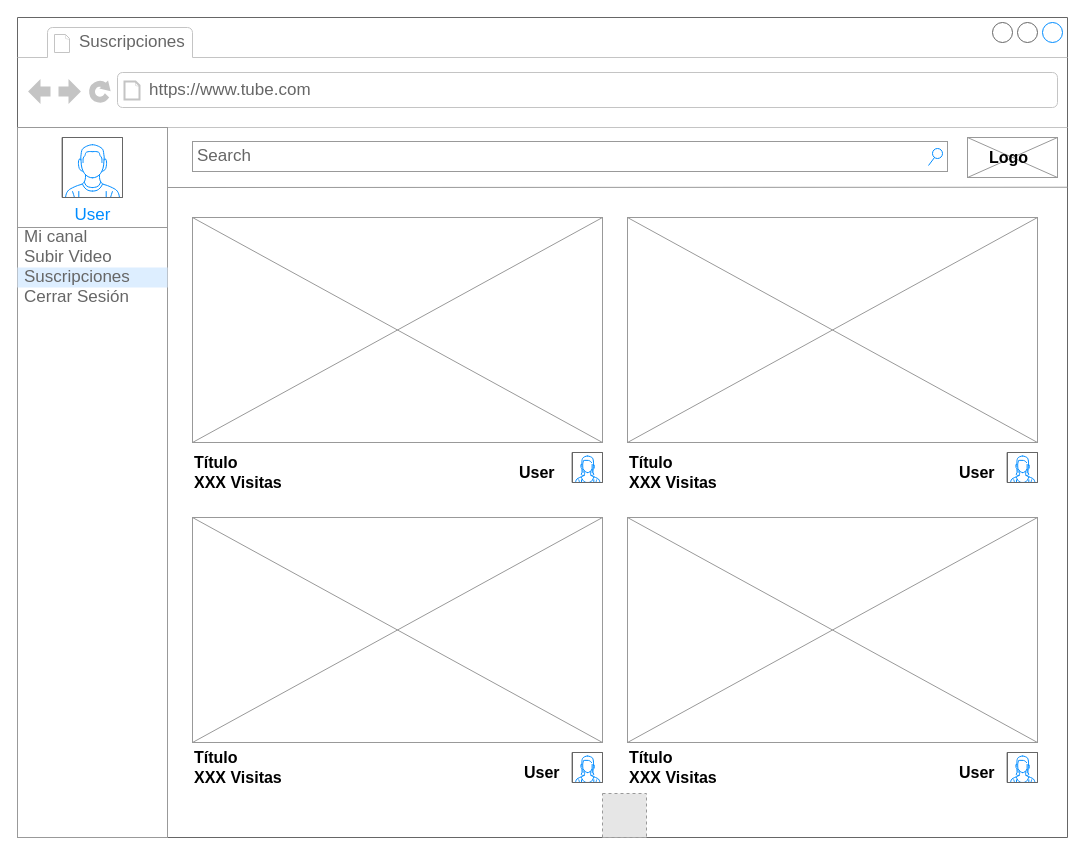
Above: Proyecto/Documentacion/Interfaces/Suscripciones.drawio in Victor-martinelli/TADEPD (draw.io), before the change. Source tidied: cells renumbered, new cells numbered last; positions are measured from the earlier drawing's top-left corner, leaving out a move shared by most shapes. Both pictures are drawn from the tidied source at 100%, with x=0, y=0 at pixel (17, 17). Pictures stored in the file or linked from it are replaced by grey dashed boxes.
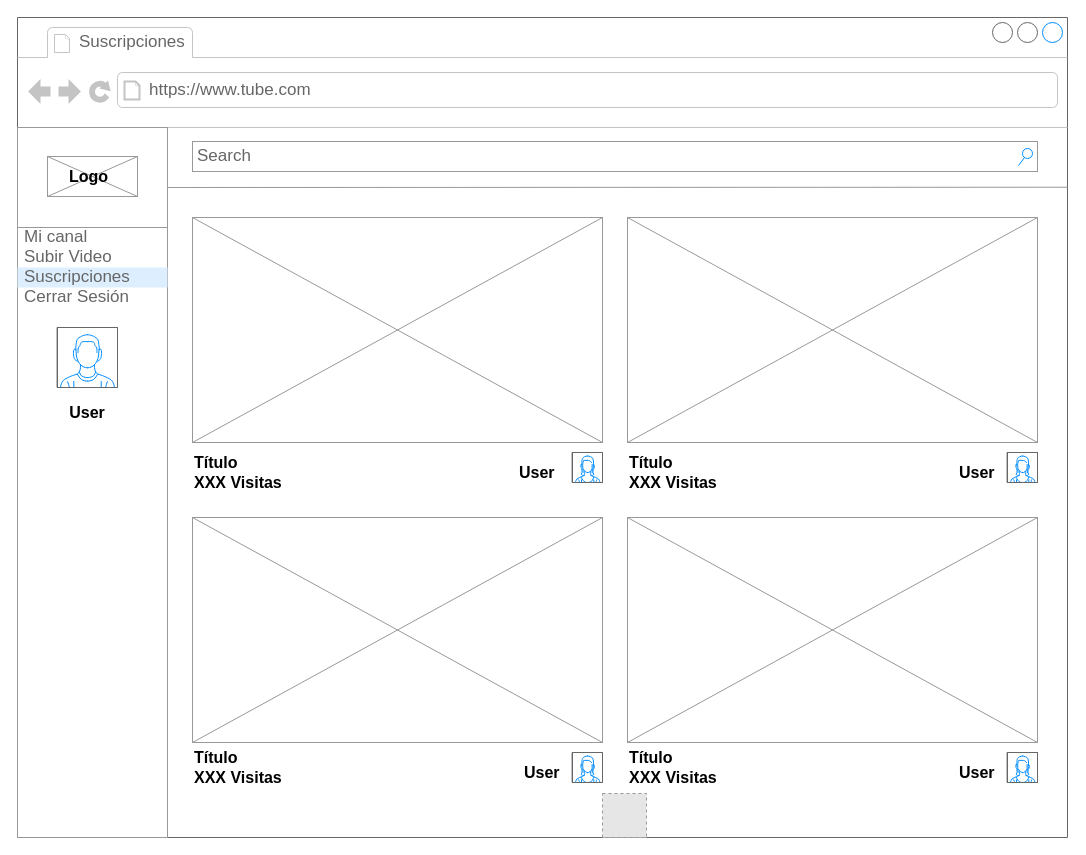
Above is the later version.

The change refers to these unchanged cells:
```xml
<mxCell id="2" style="strokeWidth=1;shadow=0;dashed=0;align=center;html=1;shape=mxgraph.mockup.containers.browserWindow;rSize=0;fillColor=#ffffff;strokeColor=#666666;mainText=,;rounded=0;labelBackgroundColor=none;fontFamily=Verdana;fontSize=12;fontColor=#000000;" parent="1" vertex="1">
  <mxGeometry width="1050" height="820" as="geometry" />
</mxCell>
<mxCell id="6" style="strokeWidth=1;shadow=0;dashed=0;align=center;html=1;shape=mxgraph.mockup.forms.rrect;rSize=0;strokeColor=#999999;fillColor=#ffffff;" parent="2" vertex="1">
  <mxGeometry y="110" width="150" height="710" as="geometry" />
</mxCell>
```

What changed in the source:
```diff
@@
-    <mxCell id="7" value="User" style="strokeWidth=1;shadow=0;dashed=0;align=center;html=1;shape=mxgraph.mockup.forms.rrect;rSize=0;strokeColor=#999999;fontColor=#008cff;fontSize=17;fillColor=#ffffff;verticalAlign=bottom;" parent="6" vertex="1">
+    <mxCell id="7" style="strokeWidth=1;shadow=0;dashed=0;align=center;html=1;shape=mxgraph.mockup.forms.rrect;rSize=0;strokeColor=#999999;fontColor=#008cff;fontSize=17;fillColor=#ffffff;verticalAlign=bottom;" parent="6" vertex="1">
       <mxGeometry width="150" height="100" relative="1" as="geometry" />
     </mxCell>
@@
     <mxCell id="11" style="verticalLabelPosition=bottom;shadow=0;dashed=0;align=center;html=1;verticalAlign=top;strokeWidth=1;shape=mxgraph.mockup.containers.userMale;strokeColor=#666666;strokeColor2=#008cff;fillColor=#ffffff;" parent="6" vertex="1">
-      <mxGeometry x="45" y="10" width="60" height="60" as="geometry" />
+      <mxGeometry x="40" y="200" width="60" height="60" as="geometry" />
     </mxCell>
@@
+    <mxCell id="29" style="verticalLabelPosition=bottom;shadow=0;dashed=0;align=center;html=1;verticalAlign=top;strokeWidth=1;shape=mxgraph.mockup.graphics.simpleIcon;strokeColor=#999999;fillColor=#ffffff;fontSize=16;" parent="6" vertex="1">
+      <mxGeometry x="30" y="29" width="90" height="40" as="geometry" />
+    </mxCell>
+    <mxCell id="33" style="strokeWidth=1;shadow=0;dashed=0;align=center;html=1;shape=mxgraph.mockup.forms.anchor;fontSize=17;fontColor=#666666;align=left;spacingLeft=5;" parent="6" vertex="1">
+      <mxGeometry y="39" width="150" height="20" as="geometry">
+        <mxPoint y="100" as="offset" />
+      </mxGeometry>
+    </mxCell>
+    <mxCell id="30" value="&lt;div align=&quot;center&quot;&gt;Logo&lt;/div&gt;" style="text;html=1;strokeColor=none;fillColor=none;align=left;verticalAlign=middle;whiteSpace=wrap;rounded=0;fontStyle=1;fontSize=16;" parent="6" vertex="1">
+      <mxGeometry x="50" y="39" width="50" height="20" as="geometry" />
+    </mxCell>
+    <mxCell id="34" value="User" style="text;html=1;strokeColor=none;fillColor=none;align=center;verticalAlign=middle;whiteSpace=wrap;rounded=0;fontStyle=1;fontSize=16;" parent="6" vertex="1">
+      <mxGeometry x="45" y="275" width="50" height="20" as="geometry" />
+    </mxCell>
@@
-    <mxCell id="29" style="verticalLabelPosition=bottom;shadow=0;dashed=0;align=center;html=1;verticalAlign=top;strokeWidth=1;shape=mxgraph.mockup.graphics.simpleIcon;strokeColor=#999999;fillColor=#ffffff;fontSize=16;" parent="2" vertex="1">
-      <mxGeometry x="950" y="120" width="90" height="40" as="geometry" />
-    </mxCell>
-    <mxCell id="30" value="&lt;div align=&quot;center&quot;&gt;Logo&lt;/div&gt;" style="text;html=1;strokeColor=none;fillColor=none;align=left;verticalAlign=middle;whiteSpace=wrap;rounded=0;fontStyle=1;fontSize=16;" parent="2" vertex="1">
-      <mxGeometry x="970" y="130" width="50" height="20" as="geometry" />
-    </mxCell>
     <mxCell id="31" value="Search" style="strokeWidth=1;shadow=0;dashed=0;align=center;html=1;shape=mxgraph.mockup.forms.searchBox;strokeColor=#999999;mainText=;fillColor=#ffffff;strokeColor2=#008cff;fontColor=#666666;fontSize=17;align=left;spacingLeft=3;" parent="2" vertex="1">
-      <mxGeometry x="175" y="124" width="755" height="30" as="geometry" />
+      <mxGeometry x="175" y="124" width="845" height="30" as="geometry" />
     </mxCell>
```
